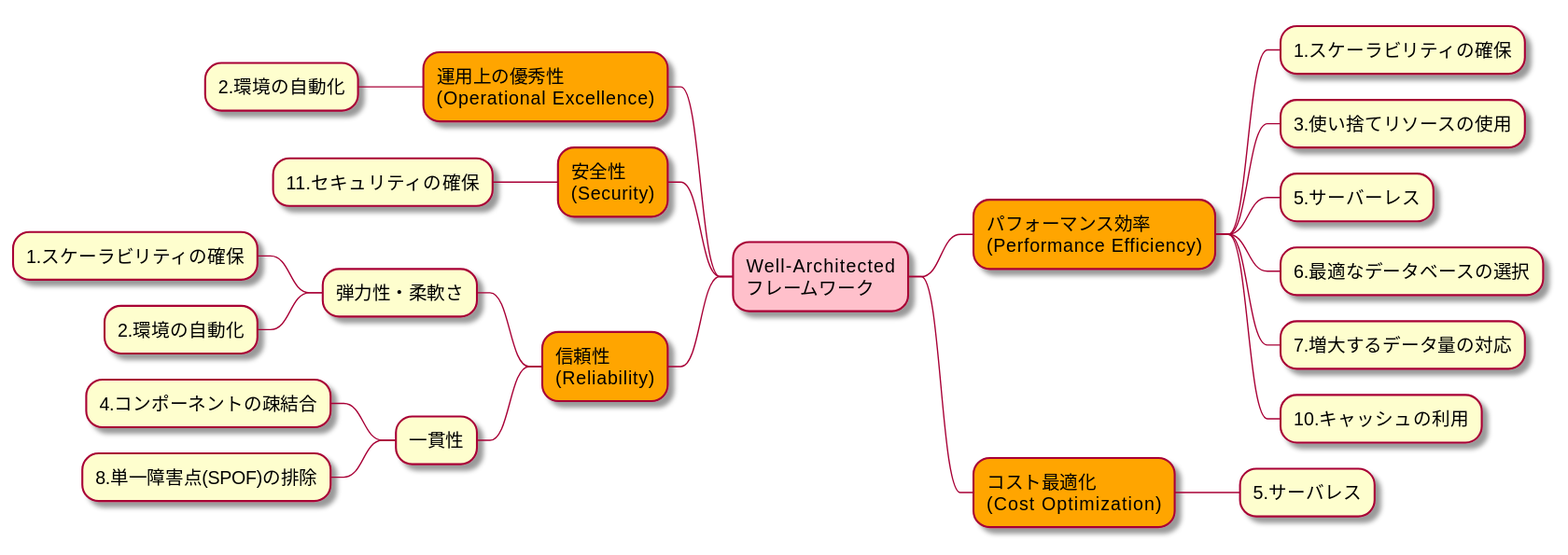
Before: cloud-practitioner/assets/well-architected-framework.svg, a diagram exported from PlantUML (uents/aws-training).
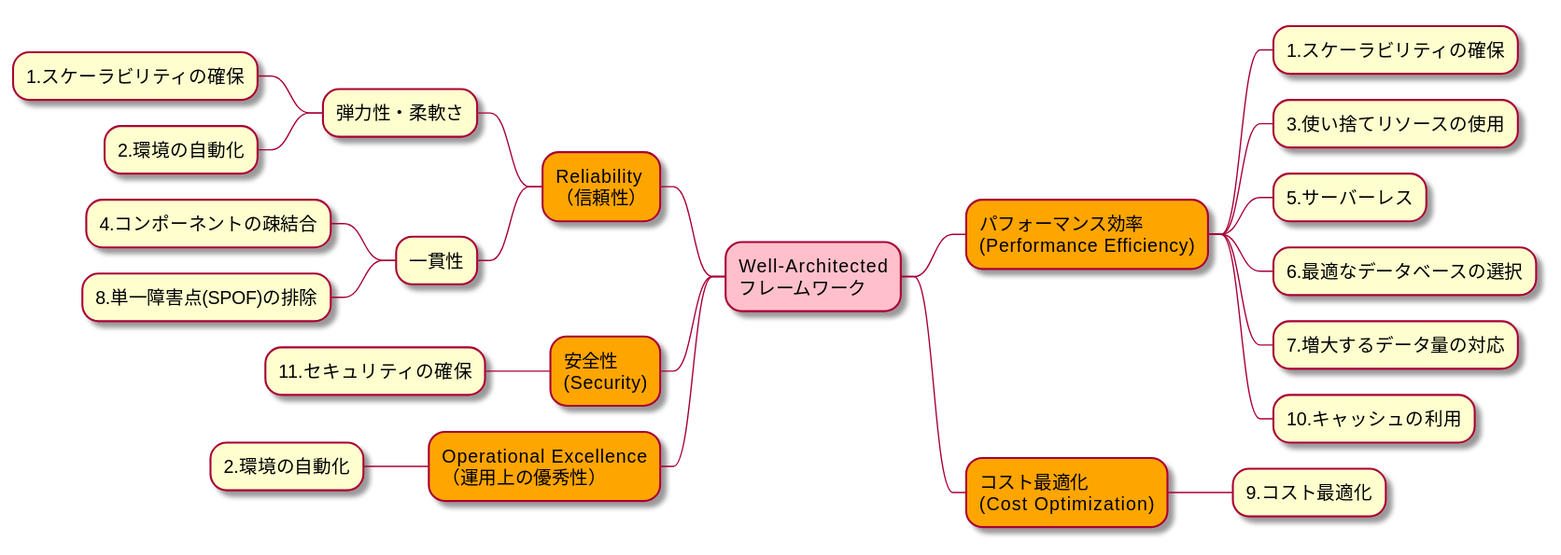
After the change.

Commit message:
[refs #30] Well-Architected Frameworkの概要を整理

Diff of the diagram source:
```diff
@@ -1,18 +1,19 @@
 @startmindmap
 -[#Pink] Well-Architected\nフレームワーク
---[#Orange] 運用上の優秀性\n(Operational Excellence)
---- 2.環境の自動化
 
---[#Orange] 安全性\n(Security)
---- 11.セキュリティの確保
-
---[#Orange] 信頼性\n(Reliability)
+--[#Orange] Reliability\n（信頼性）
 --- 弾力性・柔軟さ
 ---- 1.スケーラビリティの確保
 ---- 2.環境の自動化
 --- 一貫性
 ---- 4.コンポーネントの疎結合
 ---- 8.単一障害点(SPOF)の排除
+
+--[#Orange] 安全性\n(Security)
+--- 11.セキュリティの確保
+
+--[#Orange] Operational Excellence\n（運用上の優秀性）
+--- 2.環境の自動化
 
 ++[#Orange] パフォーマンス効率\n(Performance Efficiency)
 +++ 1.スケーラビリティの確保
@@ -23,6 +24,6 @@
 +++ 10.キャッシュの利用
 
 ++[#Orange] コスト最適化\n(Cost Optimization)
-+++ 5.サーバレス
++++ 9.コスト最適化
 
 @endmindmap
```
